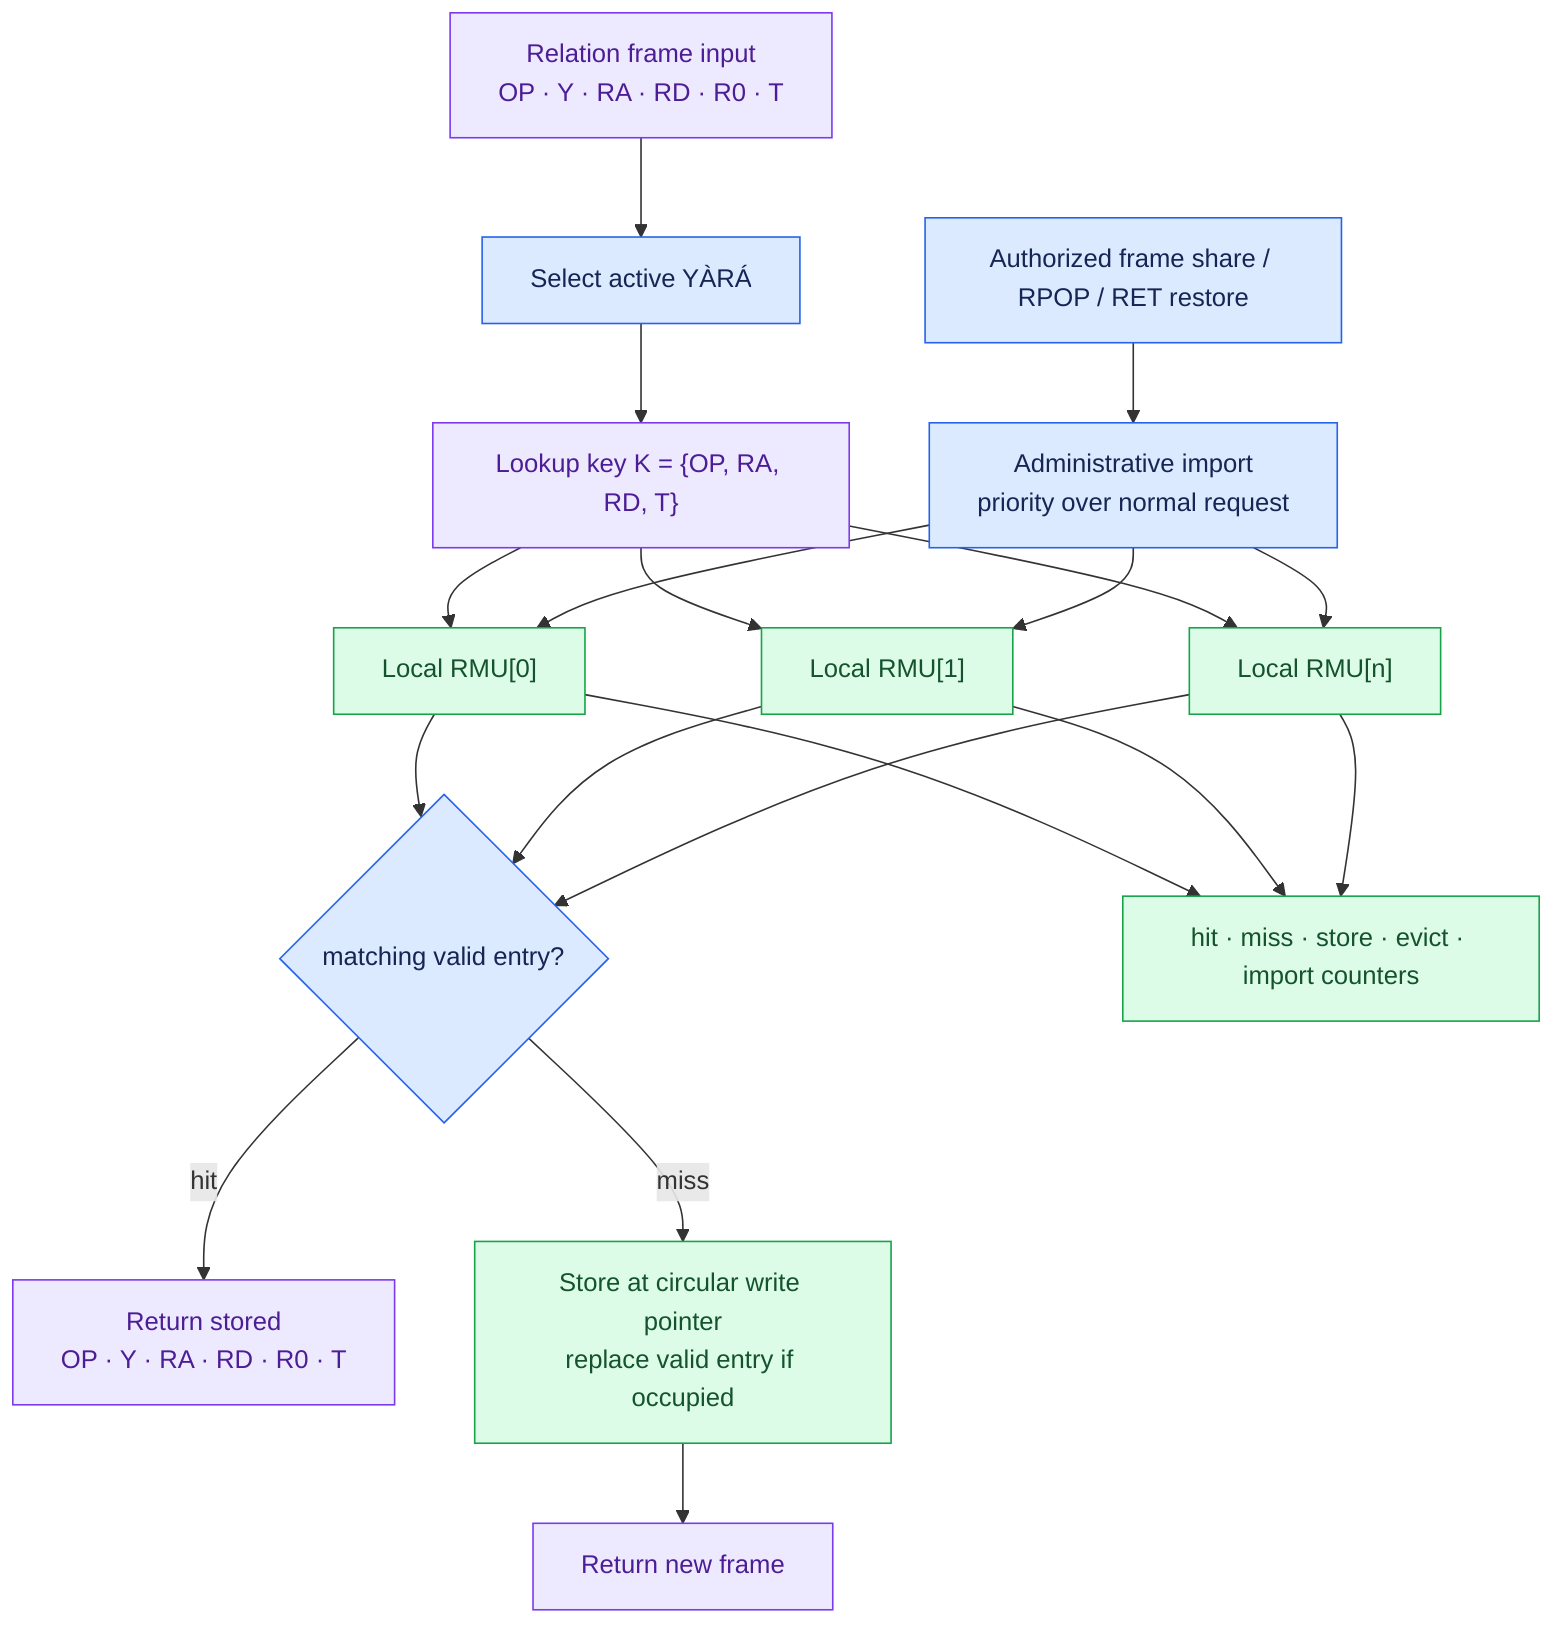
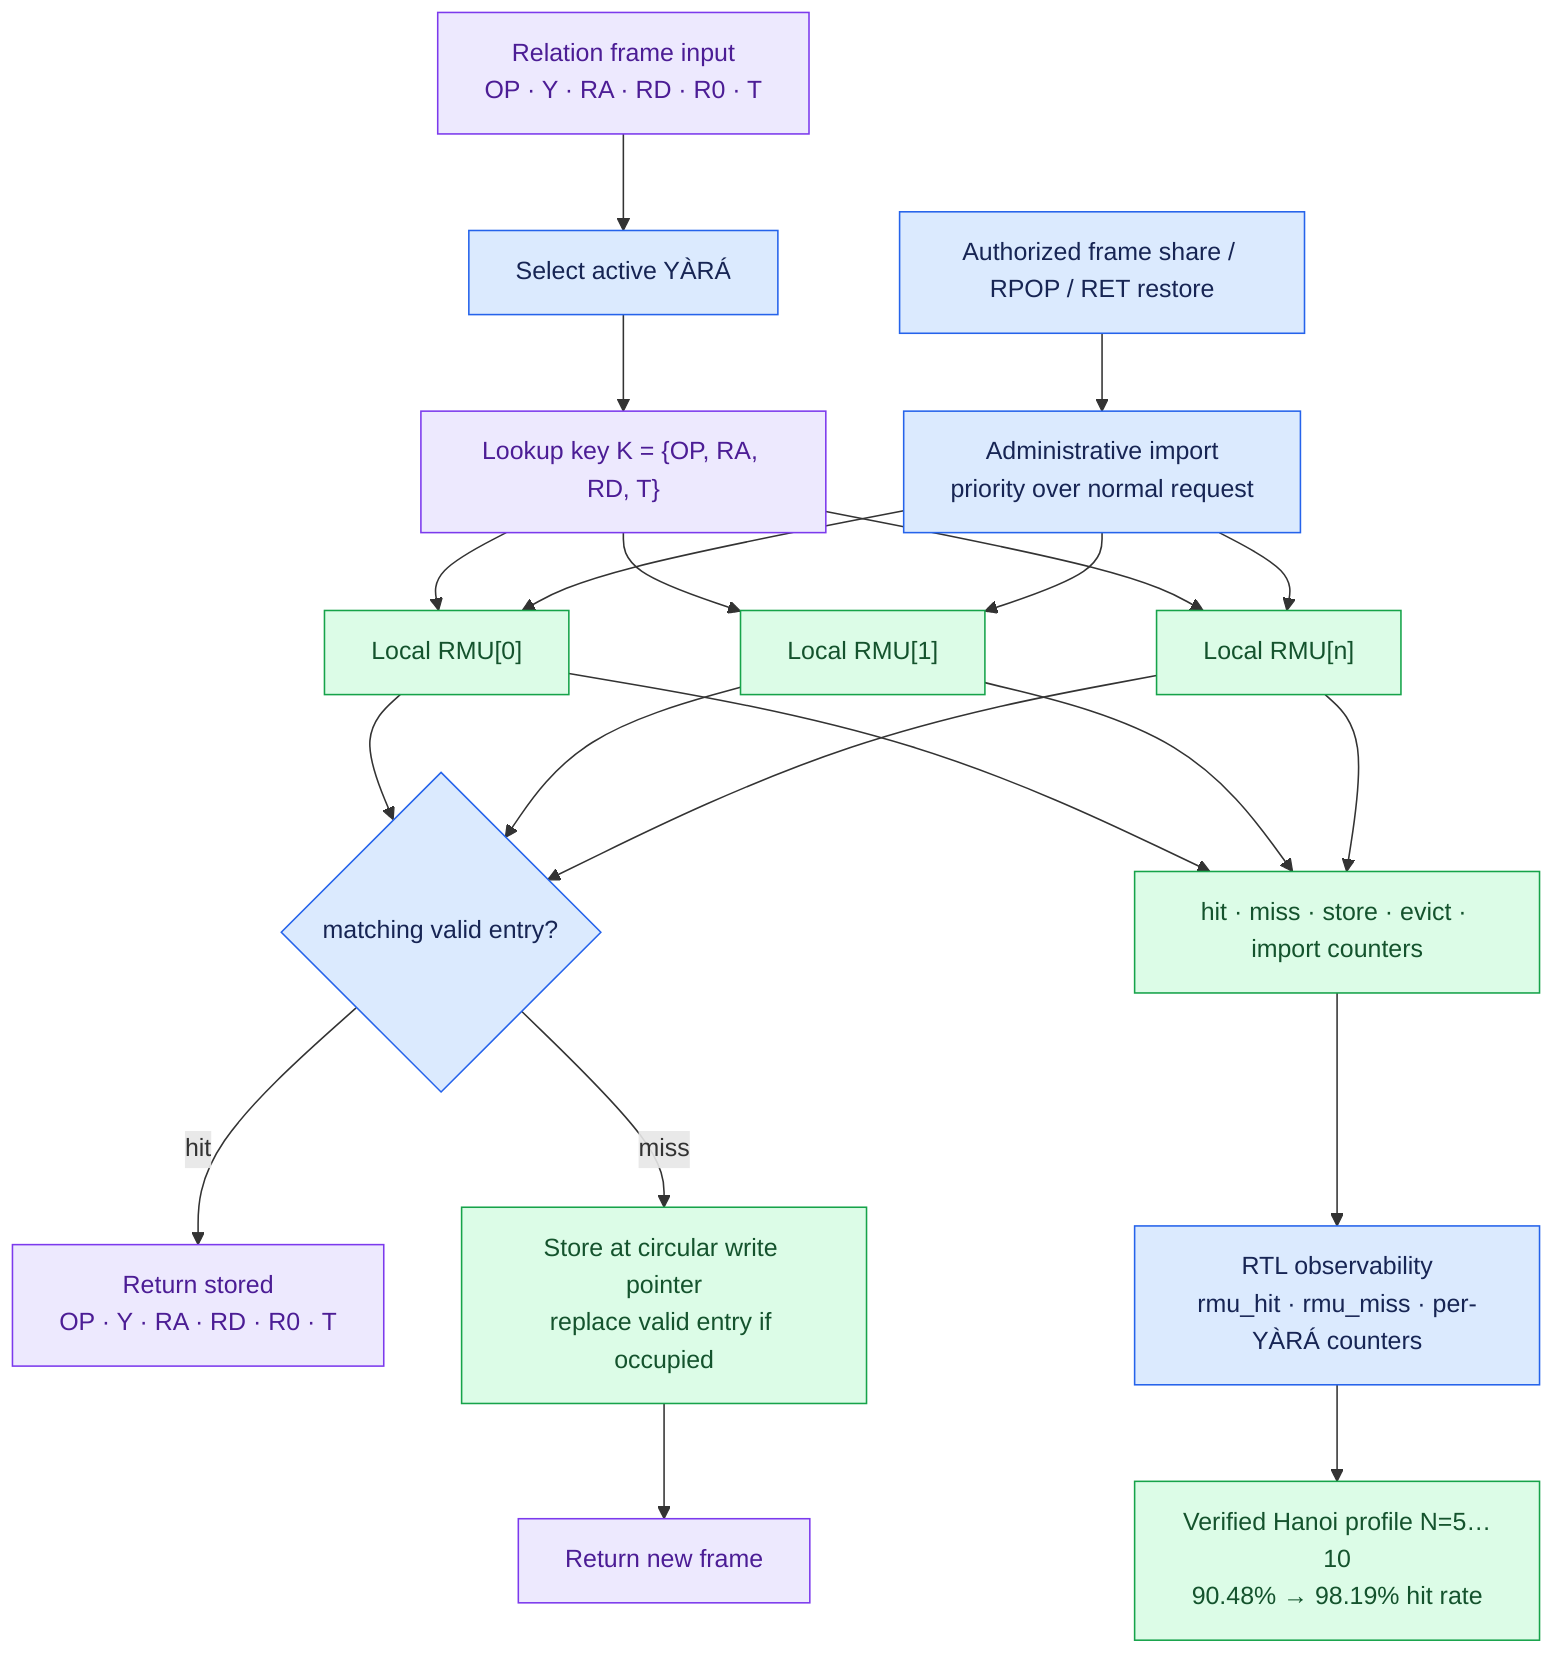
%% IFÁ Processor V4.5 — Operation-Aware Relation Memory
flowchart TB
  F["Relation frame input\nOP · Y · RA · RD · R0 · T"] --> SEL["Select active YÀRÁ"]
  SEL --> KEY["Lookup key K = {OP, RA, RD, T}"]
  KEY --> RMU0["Local RMU[0]"]
  KEY --> RMU1["Local RMU[1]"]
  KEY --> RMUN["Local RMU[n]"]
  RMU0 --> MATCH{"matching valid entry?"}
  RMU1 --> MATCH
  RMUN --> MATCH
  MATCH -->|hit| HIT["Return stored\nOP · Y · RA · RD · R0 · T"]
  MATCH -->|miss| STORE["Store at circular write pointer\nreplace valid entry if occupied"]
  STORE --> MISS["Return new frame"]
  ADMIN["Authorized frame share / RPOP / RET restore"] --> IMP["Administrative import\npriority over normal request"] --> RMU0
  IMP --> RMU1
  IMP --> RMUN
  RMU0 --> STATS["hit · miss · store · evict · import counters"]
  RMU1 --> STATS
  RMUN --> STATS
+   STATS --> OBS["RTL observability\nrmu_hit · rmu_miss · per-YÀRÁ counters"]
+   OBS --> PROF["Verified Hanoi profile N=5…10\n90.48% → 98.19% hit rate"]

  classDef frame fill:#ede9fe,color:#4c1d95,stroke:#7c3aed;
  classDef memory fill:#dcfce7,color:#14532d,stroke:#16a34a;
  classDef control fill:#dbeafe,color:#172554,stroke:#2563eb;
-   class F,KEY,HIT,MISS frame; class RMU0,RMU1,RMUN,STORE,STATS memory; class SEL,MATCH,ADMIN,IMP control;
+   class F,KEY,HIT,MISS frame; class RMU0,RMU1,RMUN,STORE,STATS,PROF memory; class SEL,MATCH,ADMIN,IMP,OBS control;
